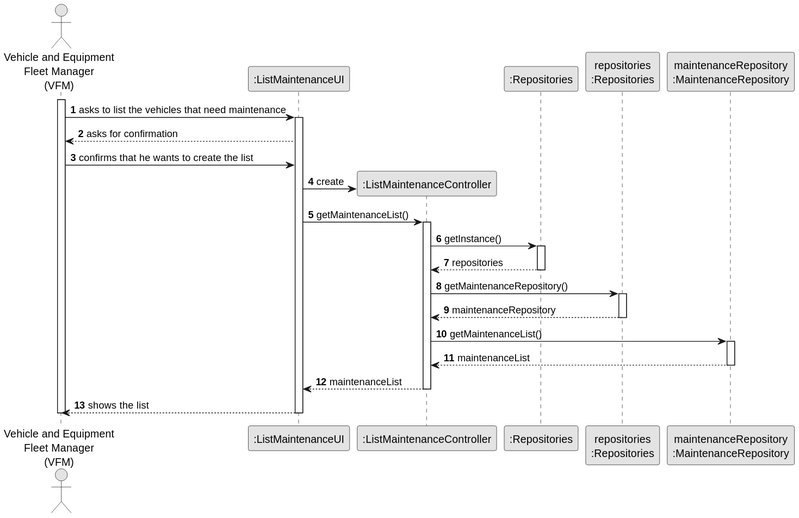
Before: docs/sprintC/us008/03.design/svg/us008-sequence-diagram-full.svg, a diagram exported from PlantUML (diogoveirospro/lei-24-s2-1dg-g072).
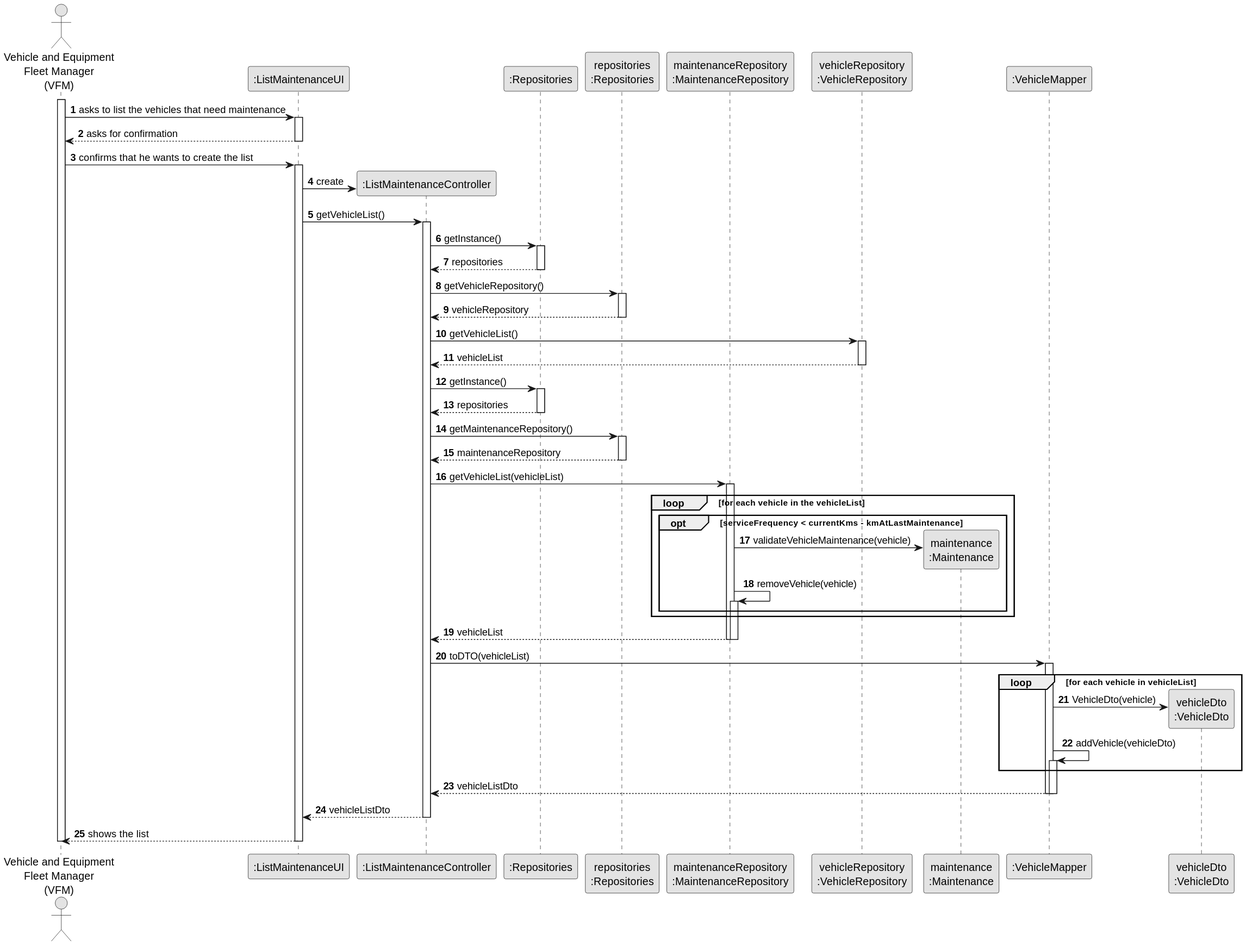
After the change.

The edit, as a diff of the source:
```diff
@@ -11,7 +11,10 @@
 participant ":Repositories" as RepositorySingleton
 participant "repositories\n:Repositories" as REP
 participant "maintenanceRepository\n:MaintenanceRepository" as maintenanceRepository
-
+participant "vehicleRepository\n:VehicleRepository" as vehicleRepository
+participant "maintenance\n:Maintenance" as maintenance
+participant ":VehicleMapper" as Mapper
+participant "vehicleDto\n:VehicleDto" as DTO
 
 activate VFM
 
@@ -20,12 +23,33 @@
         activate UI
 
             UI --> VFM : asks for confirmation
+        deactivate UI
+            VFM -> UI : confirms that he wants to create the list
+        activate UI
 
-            VFM -> UI : confirms that he wants to create the list
             UI -> CTRL** : create
-            UI -> CTRL : getMaintenanceList()
+
+            UI -> CTRL : getVehicleList()
             activate CTRL
 
+                CTRL -> RepositorySingleton : getInstance()
+
+                activate RepositorySingleton
+
+                    RepositorySingleton --> CTRL : repositories
+                deactivate RepositorySingleton
+
+                CTRL -> REP : getVehicleRepository()
+                activate REP
+
+                    REP --> CTRL : vehicleRepository
+                deactivate REP
+
+                CTRL -> vehicleRepository : getVehicleList()
+                activate vehicleRepository
+
+                    vehicleRepository --> CTRL : vehicleList
+                deactivate vehicleRepository
                 CTRL -> RepositorySingleton : getInstance()
                 activate RepositorySingleton
 
@@ -38,16 +62,41 @@
                     REP --> CTRL: maintenanceRepository
                 deactivate REP
 
-                CTRL -> maintenanceRepository : getMaintenanceList()
+                CTRL -> maintenanceRepository : getVehicleList(vehicleList)
+                loop for each vehicle in the vehicleList
 
                 activate maintenanceRepository
+                        opt serviceFrequency < currentKms - kmAtLastMaintenance
+                        maintenanceRepository -> maintenance** : validateVehicleMaintenance(vehicle)
+                                maintenanceRepository -> maintenanceRepository : removeVehicle(vehicle)
+                                activate maintenanceRepository
+                        end
 
-                        maintenanceRepository --> CTRL : maintenanceList
+
+
+
+                        end
+                        maintenanceRepository --> CTRL : vehicleList
+                        deactivate maintenanceRepository
+
                 deactivate maintenanceRepository
 
-            deactivate maintenanceRepository
+                deactivate maintenanceRepository
 
-            CTRL --> UI: maintenanceList
+            CTRL -> Mapper : toDTO(vehicleList)
+            activate Mapper
+                    loop for each vehicle in vehicleList
+
+                        Mapper -> DTO** : VehicleDto(vehicle)
+
+                        Mapper -> Mapper : addVehicle(vehicleDto)
+                        activate Mapper
+                    end
+                    Mapper --> CTRL : vehicleListDto
+                    deactivate Mapper
+
+            deactivate Mapper
+            CTRL --> UI: vehicleListDto
             deactivate CTRL
             UI --> VFM: shows the list
     deactivate UI
```
